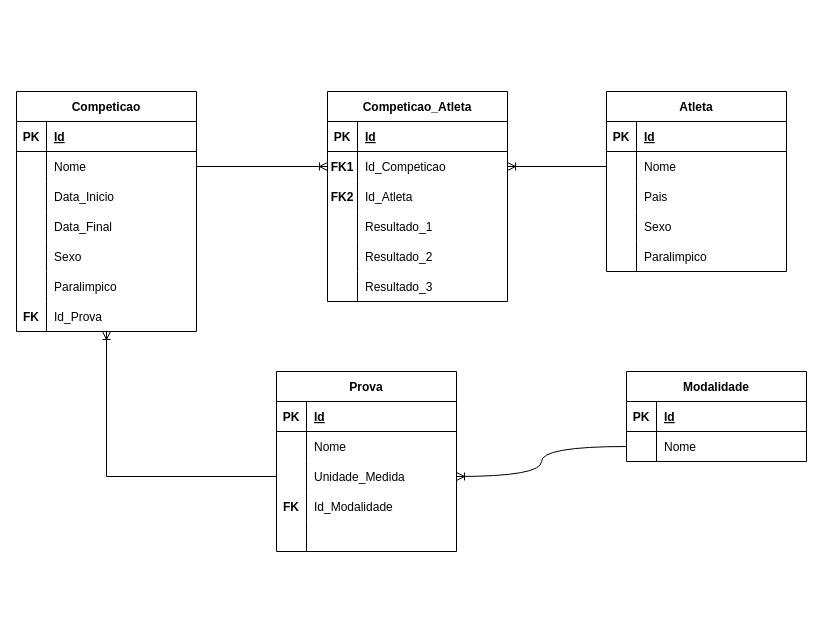
raphacp/api_ev_cob keeps this draw.io diagram as banco/api_ev_cob.drawio. Above is the earlier version. Source tidied: cells renumbered, new cells numbered last; positions are measured from the earlier drawing's top-left corner, leaving out a move shared by most shapes. Both pictures are drawn from the tidied source at 100%, with x=0, y=0 at pixel (16, 91).
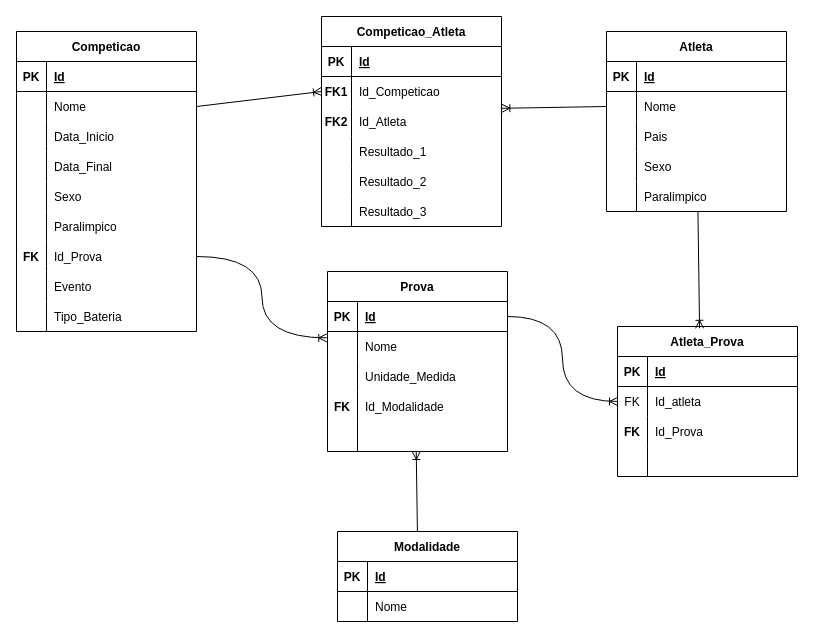
Above is the later version.

Commit message (it also covers changes not shown here):
Ajustes na modelagem do banco

Unchanged cells that the change refers to:
```xml
<mxCell id="21" style="shape=tableRow;horizontal=0;startSize=0;swimlaneHead=0;swimlaneBody=0;fillColor=none;points=[[0,0.5],[1,0.5]];portConstraint=eastwest;top=0;left=0;right=0;bottom=0;" parent="2" vertex="1">
  <mxGeometry y="210" width="180" height="30" as="geometry" />
</mxCell>
<mxCell id="28" style="shape=tableRow;horizontal=0;startSize=0;swimlaneHead=0;swimlaneBody=0;fillColor=none;points=[[0,0.5],[1,0.5]];portConstraint=eastwest;top=0;left=0;right=0;bottom=0;" parent="24" vertex="1">
  <mxGeometry y="60" width="180" height="30" as="geometry" />
</mxCell>
<mxCell id="37" style="shape=tableRow;horizontal=0;startSize=0;swimlaneHead=0;swimlaneBody=0;fillColor=none;points=[[0,0.5],[1,0.5]];portConstraint=eastwest;top=0;left=0;right=0;bottom=0;" parent="24" vertex="1">
  <mxGeometry y="150" width="180" height="30" as="geometry" />
</mxCell>
<mxCell id="44" style="shape=tableRow;horizontal=0;startSize=0;swimlaneHead=0;swimlaneBody=0;fillColor=none;points=[[0,0.5],[1,0.5]];portConstraint=eastwest;top=0;left=0;right=0;bottom=0;" parent="40" vertex="1">
  <mxGeometry y="60" width="180" height="30" as="geometry" />
</mxCell>
<mxCell id="48" style="shape=tableRow;horizontal=0;startSize=0;swimlaneHead=0;swimlaneBody=0;fillColor=none;points=[[0,0.5],[1,0.5]];portConstraint=eastwest;top=0;left=0;right=0;bottom=1;" parent="47" vertex="1">
  <mxGeometry y="30" width="180" height="30" as="geometry" />
</mxCell>
<mxCell id="51" style="shape=tableRow;horizontal=0;startSize=0;swimlaneHead=0;swimlaneBody=0;fillColor=none;points=[[0,0.5],[1,0.5]];portConstraint=eastwest;top=0;left=0;right=0;bottom=0;" parent="47" vertex="1">
  <mxGeometry y="60" width="180" height="30" as="geometry" />
</mxCell>
<mxCell id="54" style="shape=tableRow;horizontal=0;startSize=0;swimlaneHead=0;swimlaneBody=0;fillColor=none;points=[[0,0.5],[1,0.5]];portConstraint=eastwest;top=0;left=0;right=0;bottom=0;" parent="47" vertex="1">
  <mxGeometry y="90" width="180" height="30" as="geometry" />
</mxCell>
<mxCell id="60" style="shape=tableRow;horizontal=0;startSize=0;swimlaneHead=0;swimlaneBody=0;fillColor=none;points=[[0,0.5],[1,0.5]];portConstraint=eastwest;top=0;left=0;right=0;bottom=0;" parent="47" vertex="1">
  <mxGeometry y="150" width="180" height="30" as="geometry" />
</mxCell>
<mxCell id="71" style="shape=tableRow;horizontal=0;startSize=0;swimlaneHead=0;swimlaneBody=0;fillColor=none;points=[[0,0.5],[1,0.5]];portConstraint=eastwest;top=0;left=0;right=0;bottom=0;" parent="67" vertex="1">
  <mxGeometry y="60" width="180" height="30" as="geometry" />
</mxCell>
<mxCell id="74" style="shape=tableRow;horizontal=0;startSize=0;swimlaneHead=0;swimlaneBody=0;fillColor=none;points=[[0,0.5],[1,0.5]];portConstraint=eastwest;top=0;left=0;right=0;bottom=0;" parent="67" vertex="1">
  <mxGeometry y="90" width="180" height="30" as="geometry" />
</mxCell>
```

What changed in the source:
```diff
@@
     <mxCell id="2" value="Competicao" style="shape=table;startSize=30;childLayout=tableLayout;rowLines=0;fontStyle=1;align=center;" parent="1" vertex="1">
-      <mxGeometry width="180" height="240" as="geometry" />
+      <mxGeometry y="-60" width="180" height="300" as="geometry" />
     </mxCell>
@@
+    <mxCell id="86" style="shape=tableRow;horizontal=0;startSize=0;swimlaneHead=0;swimlaneBody=0;fillColor=none;top=0;left=0;right=0;bottom=0;" parent="2" vertex="1">
+      <mxGeometry y="240" width="180" height="30" as="geometry" />
+    </mxCell>
+    <mxCell id="87" style="shape=partialRectangle;fillColor=none;top=0;left=0;bottom=0;right=0;overflow=hidden;" parent="86" vertex="1">
+      <mxGeometry width="30" height="30" as="geometry" />
+    </mxCell>
+    <mxCell id="88" value="Evento" style="shape=partialRectangle;fillColor=none;top=0;left=0;bottom=0;right=0;align=left;spacingLeft=6;overflow=hidden;" parent="86" vertex="1">
+      <mxGeometry x="30" width="150" height="30" as="geometry" />
+    </mxCell>
+    <mxCell id="89" style="shape=tableRow;horizontal=0;startSize=0;swimlaneHead=0;swimlaneBody=0;fillColor=none;top=0;left=0;right=0;bottom=0;" parent="2" vertex="1">
+      <mxGeometry y="270" width="180" height="30" as="geometry" />
+    </mxCell>
+    <mxCell id="90" style="shape=partialRectangle;fillColor=none;top=0;left=0;bottom=0;right=0;overflow=hidden;" parent="89" vertex="1">
+      <mxGeometry width="30" height="30" as="geometry" />
+    </mxCell>
+    <mxCell id="91" value="Tipo_Bateria" style="shape=partialRectangle;fillColor=none;top=0;left=0;bottom=0;right=0;align=left;spacingLeft=6;overflow=hidden;" parent="89" vertex="1">
+      <mxGeometry x="30" width="150" height="30" as="geometry" />
+    </mxCell>
     <mxCell id="24" value="Atleta" style="shape=table;startSize=30;childLayout=tableLayout;rowLines=0;fontStyle=1;align=center;" parent="1" vertex="1">
-      <mxGeometry x="590" width="180" height="180" as="geometry" />
+      <mxGeometry x="590" y="-60" width="180" height="180" as="geometry" />
     </mxCell>
@@
     <mxCell id="40" value="Modalidade" style="shape=table;startSize=30;childLayout=tableLayout;rowLines=0;fontStyle=1;align=center;" parent="1" vertex="1">
-      <mxGeometry x="610" y="280" width="180" height="90" as="geometry" />
+      <mxGeometry x="321" y="440" width="180" height="90" as="geometry" />
     </mxCell>
@@
-    <mxCell id="47" value="Prova" style="shape=table;startSize=30;childLayout=tableLayout;rowLines=0;fontStyle=1;align=center;" parent="1" vertex="1">
-      <mxGeometry x="260" y="280" width="180" height="180" as="geometry" />
+    <mxCell id="47" value="Prova" style="shape=table;startSize=30;childLayout=tableLayout;rowLines=0;fontStyle=1;align=center;fillColor=none;" parent="1" vertex="1">
+      <mxGeometry x="311" y="180" width="180" height="180" as="geometry" />
     </mxCell>
@@
-    <mxCell id="63" style="fontSize=12;html=1;endArrow=ERoneToMany;rounded=0;entryX=1;entryY=0.5;entryDx=0;entryDy=0;exitX=0;exitY=0.5;exitDx=0;exitDy=0;edgeStyle=orthogonalEdgeStyle;curved=1;" parent="1" edge="1" source="44" target="54">
+    <mxCell id="63" style="fontSize=12;html=1;endArrow=ERoneToMany;rounded=0;entryX=0.493;entryY=1;entryDx=0;entryDy=0;entryPerimeter=0;exitX=0.444;exitY=0;exitDx=0;exitDy=0;exitPerimeter=0;" parent="1" edge="1" source="40" target="60">
       <mxGeometry relative="1" as="geometry" />
     </mxCell>
-    <mxCell id="64" style="edgeStyle=orthogonalEdgeStyle;fontSize=12;html=1;endArrow=ERoneToMany;rounded=0;exitX=0;exitY=0.5;exitDx=0;exitDy=0;entryX=0.5;entryY=1;entryDx=0;entryDy=0;elbow=vertical;" parent="1" edge="1" source="54" target="2">
-      <mxGeometry relative="1" as="geometry" />
-    </mxCell>
@@
-    <mxCell id="66" style="fontSize=12;html=1;endArrow=ERoneToMany;rounded=0;exitX=0;exitY=0.5;exitDx=0;exitDy=0;entryX=1;entryY=0.5;entryDx=0;entryDy=0;" parent="1" edge="1" source="28" target="71">
+    <mxCell id="66" style="fontSize=12;html=1;endArrow=ERoneToMany;rounded=0;exitX=0;exitY=0.5;exitDx=0;exitDy=0;entryX=1.002;entryY=0.06;entryDx=0;entryDy=0;entryPerimeter=0;" parent="1" edge="1" source="28" target="74">
       <mxGeometry relative="1" as="geometry" />
     </mxCell>
     <mxCell id="67" value="Competicao_Atleta" style="shape=table;startSize=30;childLayout=tableLayout;rowLines=0;fontStyle=1;align=center;" parent="1" vertex="1">
-      <mxGeometry x="311" width="180" height="210" as="geometry" />
+      <mxGeometry x="305" y="-75" width="180" height="210" as="geometry" />
     </mxCell>
@@
+    <mxCell id="92" value="Atleta_Prova" style="shape=table;startSize=30;childLayout=tableLayout;rowLines=0;fontStyle=1;align=center;fillColor=none;" parent="1" vertex="1">
+      <mxGeometry x="601" y="235" width="180" height="150" as="geometry" />
+    </mxCell>
+    <mxCell id="93" style="shape=tableRow;horizontal=0;startSize=0;swimlaneHead=0;swimlaneBody=0;fillColor=none;top=0;left=0;right=0;bottom=1;" parent="92" vertex="1">
+      <mxGeometry y="30" width="180" height="30" as="geometry" />
+    </mxCell>
+    <mxCell id="94" value="PK" style="shape=partialRectangle;fillColor=none;top=0;left=0;bottom=0;right=0;fontStyle=1;overflow=hidden;" parent="93" vertex="1">
+      <mxGeometry width="30" height="30" as="geometry" />
+    </mxCell>
+    <mxCell id="95" value="Id" style="shape=partialRectangle;fillColor=none;top=0;left=0;bottom=0;right=0;align=left;spacingLeft=6;fontStyle=5;overflow=hidden;" parent="93" vertex="1">
+      <mxGeometry x="30" width="150" height="30" as="geometry" />
+    </mxCell>
+    <mxCell id="96" style="shape=tableRow;horizontal=0;startSize=0;swimlaneHead=0;swimlaneBody=0;fillColor=none;points=[[0,0.5],[1,0.5]];portConstraint=eastwest;top=0;left=0;right=0;bottom=0;" parent="92" vertex="1">
+      <mxGeometry y="60" width="180" height="30" as="geometry" />
+    </mxCell>
+    <mxCell id="97" value="FK" style="shape=partialRectangle;fillColor=none;top=0;left=0;bottom=0;right=0;overflow=hidden;" parent="96" vertex="1">
+      <mxGeometry width="30" height="30" as="geometry" />
+    </mxCell>
+    <mxCell id="98" value="Id_atleta" style="shape=partialRectangle;fillColor=none;top=0;left=0;bottom=0;right=0;align=left;spacingLeft=6;overflow=hidden;" parent="96" vertex="1">
+      <mxGeometry x="30" width="150" height="30" as="geometry" />
+    </mxCell>
+    <mxCell id="99" style="shape=tableRow;horizontal=0;startSize=0;swimlaneHead=0;swimlaneBody=0;fillColor=none;top=0;left=0;right=0;bottom=0;" parent="92" vertex="1">
+      <mxGeometry y="90" width="180" height="30" as="geometry" />
+    </mxCell>
+    <mxCell id="100" value="FK" style="shape=partialRectangle;fillColor=none;top=0;left=0;bottom=0;right=0;overflow=hidden;fontStyle=1;" parent="99" vertex="1">
+      <mxGeometry width="30" height="30" as="geometry" />
+    </mxCell>
+    <mxCell id="101" value="Id_Prova" style="shape=partialRectangle;fillColor=none;top=0;left=0;bottom=0;right=0;align=left;spacingLeft=6;overflow=hidden;" parent="99" vertex="1">
+      <mxGeometry x="30" width="150" height="30" as="geometry" />
+    </mxCell>
+    <mxCell id="102" style="shape=tableRow;horizontal=0;startSize=0;swimlaneHead=0;swimlaneBody=0;fillColor=none;top=0;left=0;right=0;bottom=0;" parent="92" vertex="1">
+      <mxGeometry y="120" width="180" height="30" as="geometry" />
+    </mxCell>
+    <mxCell id="103" style="shape=partialRectangle;fillColor=none;top=0;left=0;bottom=0;right=0;overflow=hidden;" parent="102" vertex="1">
+      <mxGeometry width="30" height="30" as="geometry" />
+    </mxCell>
+    <mxCell id="104" style="shape=partialRectangle;fillColor=none;top=0;left=0;bottom=0;right=0;align=left;spacingLeft=6;overflow=hidden;" parent="102" vertex="1">
+      <mxGeometry x="30" width="150" height="30" as="geometry" />
+    </mxCell>
+    <mxCell id="105" style="fontSize=12;html=1;endArrow=ERoneToMany;rounded=0;exitX=0.508;exitY=1;exitDx=0;exitDy=0;exitPerimeter=0;entryX=0.456;entryY=0.012;entryDx=0;entryDy=0;entryPerimeter=0;" parent="1" edge="1" source="37" target="92">
+      <mxGeometry relative="1" as="geometry" />
+    </mxCell>
+    <mxCell id="106" style="fontSize=12;html=1;endArrow=ERoneToMany;rounded=0;exitX=1;exitY=0.5;exitDx=0;exitDy=0;entryX=0;entryY=0.5;entryDx=0;entryDy=0;edgeStyle=orthogonalEdgeStyle;curved=1;" parent="1" edge="1" source="48" target="96">
+      <mxGeometry relative="1" as="geometry" />
+    </mxCell>
+    <mxCell id="107" style="fontSize=12;html=1;endArrow=ERoneToMany;rounded=0;entryX=-0.004;entryY=0.213;entryDx=0;entryDy=0;elbow=vertical;exitX=1;exitY=0.5;exitDx=0;exitDy=0;edgeStyle=orthogonalEdgeStyle;entryPerimeter=0;curved=1;" parent="1" edge="1" source="21" target="51">
+      <mxGeometry relative="1" as="geometry" />
+    </mxCell>
```
